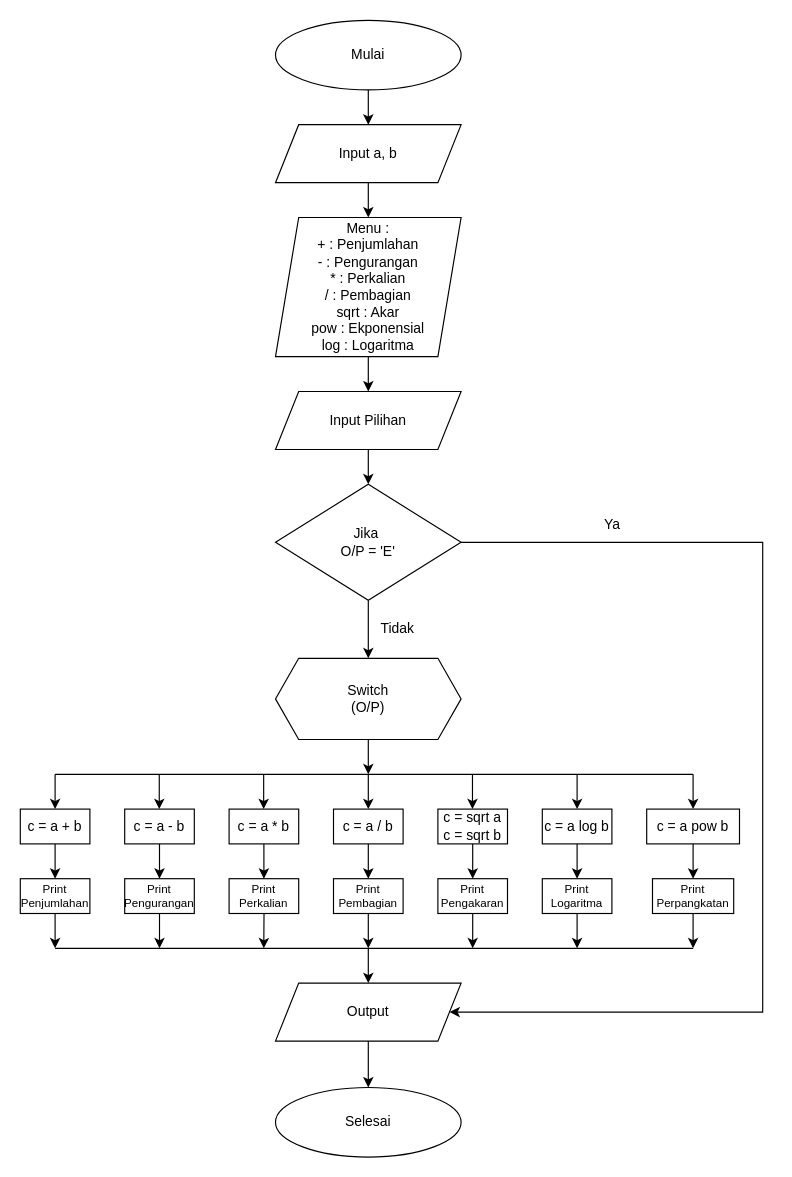
Lutfiah-s/Program-Kalkulator-Sederhana-dengan-Fungsi keeps this draw.io diagram as Untitled Diagram.drawio. Above is the earlier version. Source tidied: cells renumbered, new cells numbered last; positions are measured from the earlier drawing's top-left corner, leaving out a move shared by most shapes. Both pictures are drawn from the tidied source at 116%, with x=0, y=0 at pixel (20, 20).
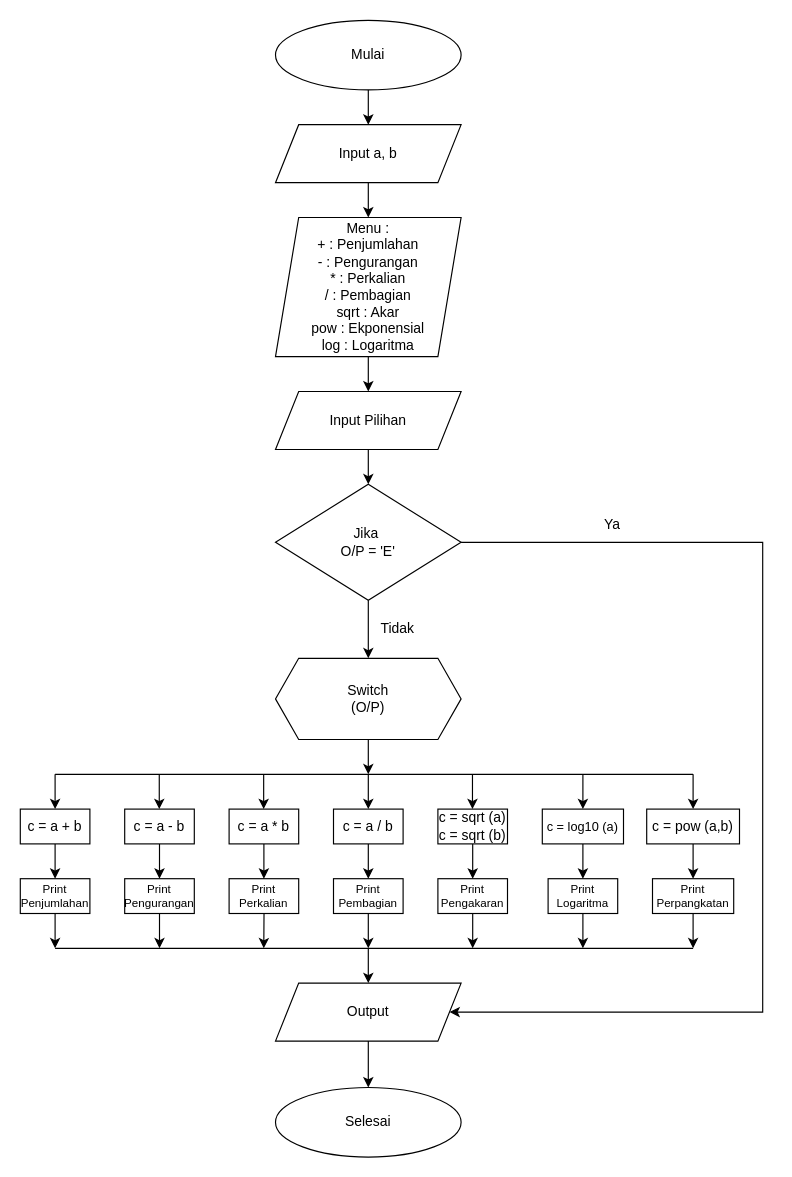
After the change.

Diff of the diagram source:
```diff
@@
-    <mxCell id="32" style="edgeStyle=orthogonalEdgeStyle;rounded=0;jettySize=auto;html=1;exitX=0.5;exitY=1;exitDx=0;exitDy=0;labelBackgroundColor=none;fontColor=default;" parent="1" edge="1" source="33">
-      <mxGeometry relative="1" as="geometry">
-        <mxPoint x="480" y="800" as="targetPoint" />
-        <Array as="points">
-          <mxPoint x="480" y="800" />
-        </Array>
-      </mxGeometry>
-    </mxCell>
+    <mxCell id="58" style="edgeStyle=orthogonalEdgeStyle;rounded=0;jettySize=auto;html=1;" parent="1" edge="1" source="33">
+      <mxGeometry relative="1" as="geometry">
+        <mxPoint x="485" y="800" as="targetPoint" />
+      </mxGeometry>
+    </mxCell>
     <mxCell id="33" value="Print Logaritma" style="rounded=0;whiteSpace=wrap;html=1;labelBackgroundColor=none;fontSize=10;" parent="1" vertex="1">
-      <mxGeometry x="450" y="740" width="60" height="30" as="geometry" />
+      <mxGeometry x="455" y="740" width="60" height="30" as="geometry" />
     </mxCell>
@@
-    <mxCell id="39" value="c = sqrt a&lt;div&gt;c = sqrt b&lt;/div&gt;" style="rounded=0;whiteSpace=wrap;html=1;labelBackgroundColor=none;" parent="1" vertex="1">
+    <mxCell id="39" value="c = sqrt (a)&lt;div&gt;c = sqrt (b)&lt;/div&gt;" style="rounded=0;whiteSpace=wrap;html=1;labelBackgroundColor=none;" parent="1" vertex="1">
       <mxGeometry x="360" y="680" width="60" height="30" as="geometry" />
     </mxCell>
-    <mxCell id="40" style="edgeStyle=orthogonalEdgeStyle;rounded=0;jettySize=auto;html=1;entryX=0.5;entryY=0;entryDx=0;entryDy=0;labelBackgroundColor=none;fontColor=default;" parent="1" edge="1" source="41" target="33">
+    <mxCell id="40" style="edgeStyle=orthogonalEdgeStyle;rounded=0;jettySize=auto;html=1;entryX=0.5;entryY=0;entryDx=0;entryDy=0;" parent="1" edge="1" source="41" target="33">
       <mxGeometry relative="1" as="geometry" />
     </mxCell>
-    <mxCell id="41" value="c = a log b" style="rounded=0;whiteSpace=wrap;html=1;labelBackgroundColor=none;" parent="1" vertex="1">
-      <mxGeometry x="450" y="680" width="60" height="30" as="geometry" />
+    <mxCell id="41" value="c = log10 (a)" style="rounded=0;whiteSpace=wrap;html=1;labelBackgroundColor=none;fontSize=11;" parent="1" vertex="1">
+      <mxGeometry x="450" y="680" width="70" height="30" as="geometry" />
     </mxCell>
@@
-    <mxCell id="43" value="c = a pow b" style="rounded=0;whiteSpace=wrap;html=1;labelBackgroundColor=none;" parent="1" vertex="1">
+    <mxCell id="43" value="c = pow (a,b)" style="rounded=0;whiteSpace=wrap;html=1;labelBackgroundColor=none;" parent="1" vertex="1">
       <mxGeometry x="540" y="680" width="80" height="30" as="geometry" />
     </mxCell>
@@
     <mxCell id="56" style="endArrow=classic;html=1;rounded=0;entryX=0.5;entryY=0;entryDx=0;entryDy=0;" parent="1" edge="1" target="41">
       <mxGeometry relative="1" as="geometry">
-        <mxPoint x="480" y="650" as="sourcePoint" />
+        <mxPoint x="485" y="650" as="sourcePoint" />
       </mxGeometry>
     </mxCell>
```
